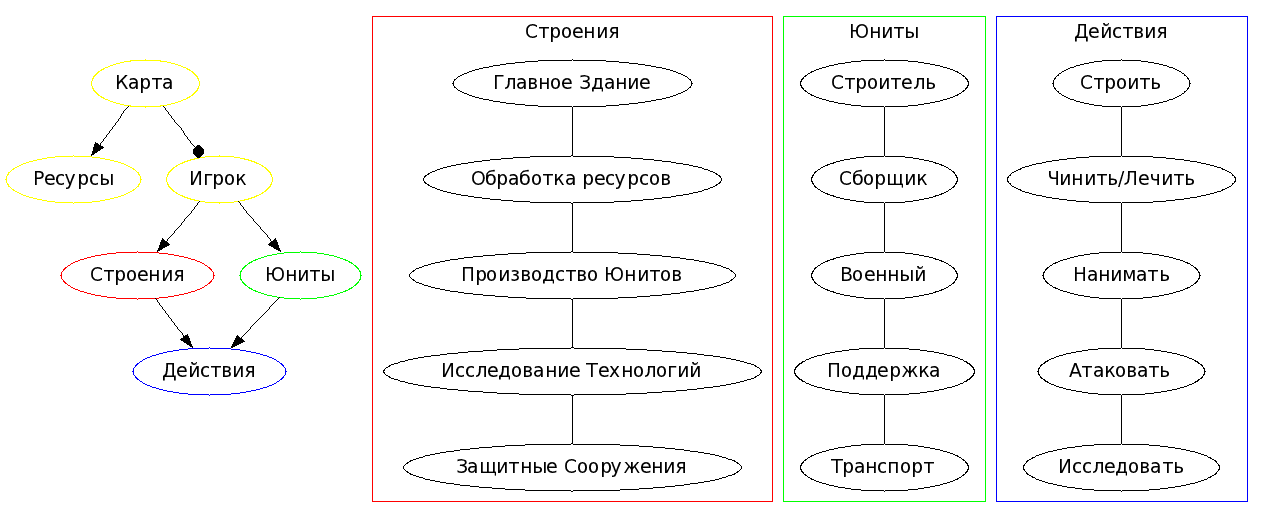
This is Docs/dot/Basics.dot.png from Akela1101/strategix, a Graphviz export, as it was before one commit. Its source is kept beside it as Docs/dot/Basics.dot.
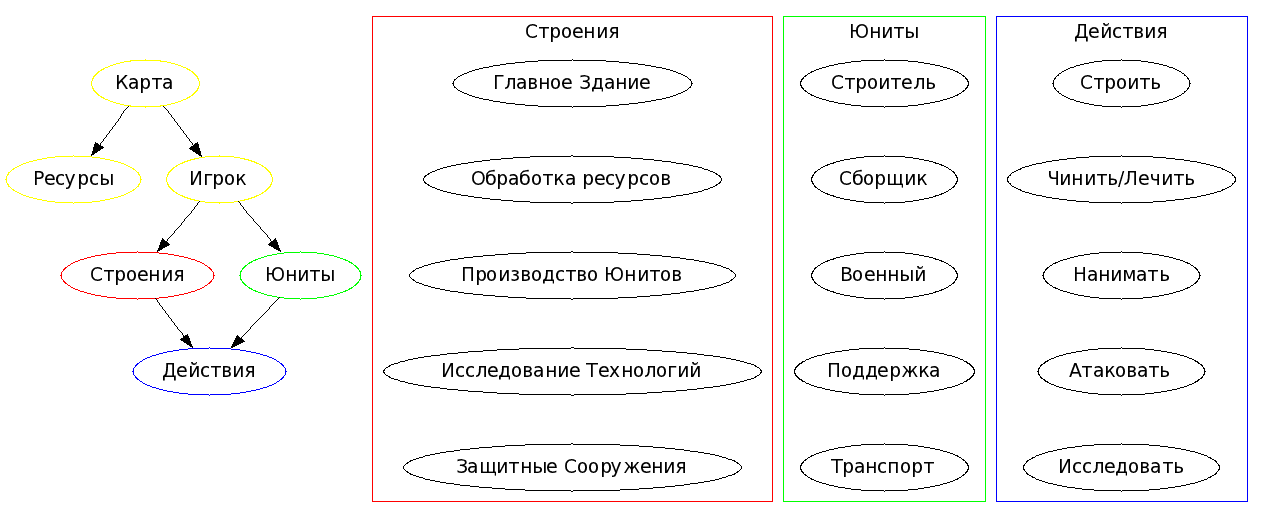
Above is the later version.

The edit, as a diff of the source:
```diff
@@ -2,7 +2,7 @@
 {
 
 	Карта -> Ресурсы
-	Карта -> Игрок [arrowhead = dot]
+	Карта -> Игрок
 	Игрок -> Строения
 	Игрок -> Юниты
 	Строения -> Действия
@@ -19,21 +19,21 @@
 	{
 		label = Строения;
 		color = red;
-		"Главное Здание" -> "Обработка ресурсов" -> "Производство Юнитов" -> "Исследование Технологий" -> "Защитные Сооружения" [arrowhead = none]
+		"Главное Здание" -> "Обработка ресурсов" -> "Производство Юнитов" -> "Исследование Технологий" -> "Защитные Сооружения" [style=invis]
 	}
 
 	subgraph cluster_U
 	{
 		label = Юниты;
 		color = green;
-		Строитель -> Сборщик -> Военный -> Поддержка -> Транспорт [arrowhead = none]
+		Строитель -> Сборщик -> Военный -> Поддержка -> Транспорт [style=invis]
 	}
 
 	subgraph cluster_F
 	{
 		label = Действия;
 		color = blue;
-		Строить -> "Чинить/Лечить" -> Нанимать -> Атаковать -> Исследовать [arrowhead = none]
+		Строить -> "Чинить/Лечить" -> Нанимать -> Атаковать -> Исследовать [style=invis]
 	}
 
 }
```
